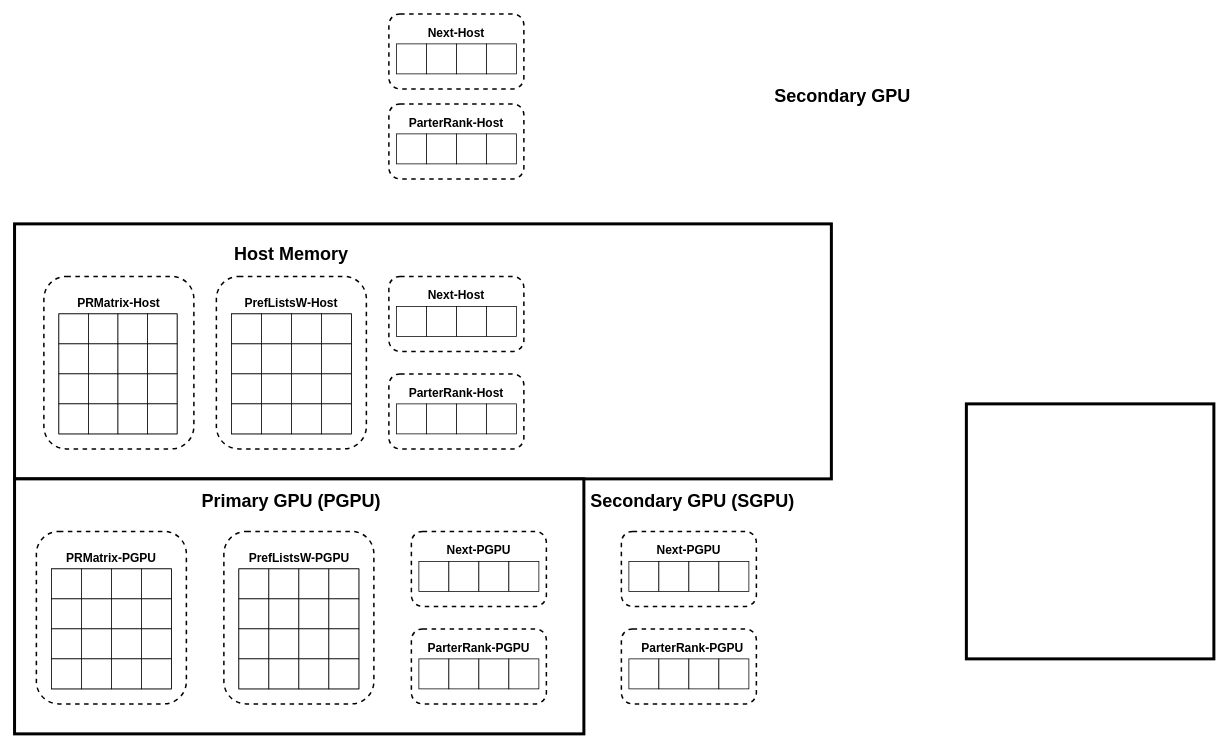
Before: DSInHybridSystem.drawio in victorliu-sq/BambooSMP-Figures, a draw.io diagram. Source tidied: cells renumbered, new cells numbered last; positions are measured from the earlier drawing's top-left corner, leaving out a move shared by most shapes. Both pictures are drawn from the tidied source at 75%, with x=0, y=0 at pixel (14, 14).
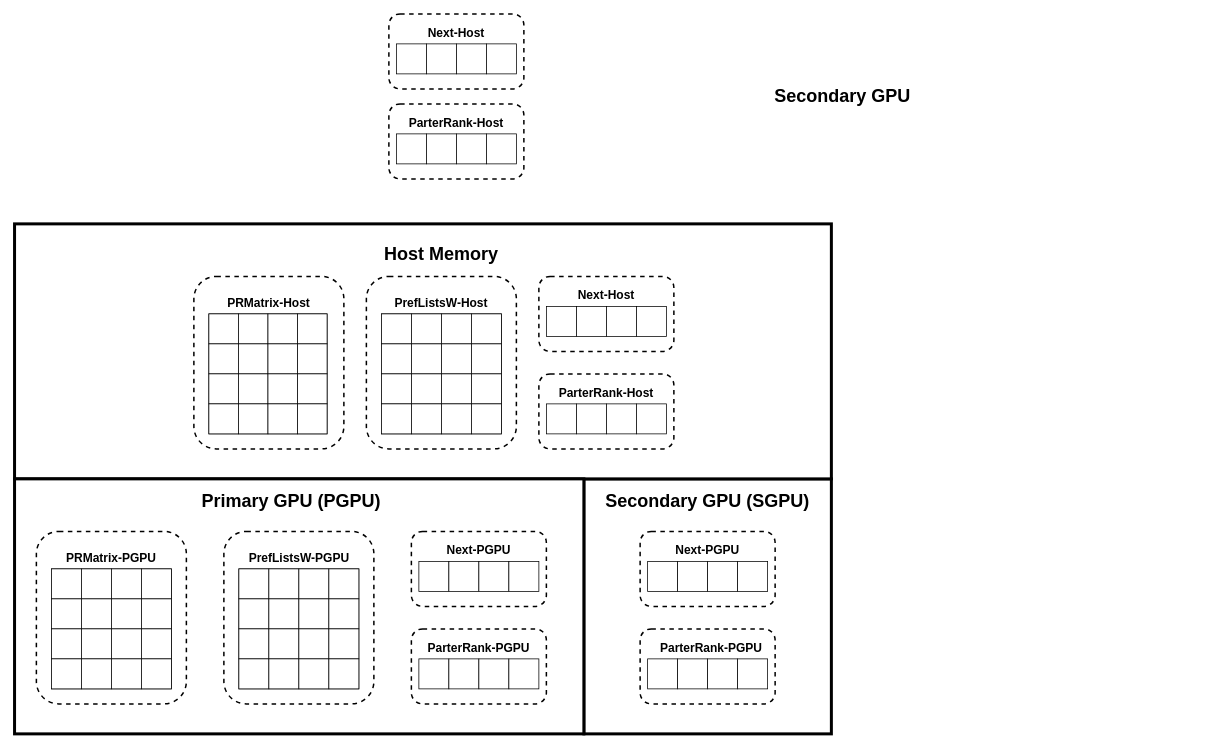
After the change.

The change refers to these unchanged cells:
```xml
<mxCell id="30" style="group;" parent="1" vertex="1">
  <mxGeometry x="59" y="400" width="660" height="240" as="geometry" />
</mxCell>
<mxCell id="94" style="group;" parent="1" vertex="1">
  <mxGeometry x="509" y="520" width="230" height="120" as="geometry" />
</mxCell>
```

What changed in the source:
```diff
@@
+    <mxCell id="148" style="rounded=0;whiteSpace=wrap;html=1;strokeWidth=4;" parent="1" vertex="1">
+      <mxGeometry x="759" y="620" width="330" height="340" as="geometry" />
+    </mxCell>
@@
-    <mxCell id="6" style="rounded=0;whiteSpace=wrap;html=1;strokeWidth=4;" parent="1" vertex="1">
-      <mxGeometry x="1269" y="520" width="330" height="340" as="geometry" />
-    </mxCell>
     <mxCell id="7" style="rounded=1;whiteSpace=wrap;html=1;fillColor=none;strokeWidth=2;dashed=1;" parent="1" vertex="1">
-      <mxGeometry x="39" y="350" width="200" height="230" as="geometry" />
+      <mxGeometry x="239" y="350" width="200" height="230" as="geometry" />
     </mxCell>
     <mxCell id="8" style="rounded=1;whiteSpace=wrap;html=1;fillColor=none;strokeWidth=2;dashed=1;" parent="1" vertex="1">
-      <mxGeometry x="269" y="350" width="200" height="230" as="geometry" />
+      <mxGeometry x="469" y="350" width="200" height="230" as="geometry" />
     </mxCell>
     <mxCell id="9" value="&lt;span style=&quot;font-size: 24px;&quot;&gt;&lt;b&gt;Host Memory&lt;/b&gt;&lt;/span&gt;" style="rounded=1;whiteSpace=wrap;html=1;strokeColor=none;fillColor=none;strokeWidth=3;" parent="1" vertex="1">
-      <mxGeometry x="289" y="300" width="160" height="40" as="geometry" />
+      <mxGeometry x="489" y="300" width="160" height="40" as="geometry" />
     </mxCell>
@@
     <mxCell id="12" style="group;" parent="1" vertex="1">
-      <mxGeometry x="289" y="400" width="160" height="160" as="geometry" />
+      <mxGeometry x="489" y="400" width="160" height="160" as="geometry" />
     </mxCell>
@@
     <mxCell id="31" style="rounded=0;whiteSpace=wrap;html=1;" parent="30" vertex="1">
-      <mxGeometry width="157.6" height="160" as="geometry" />
+      <mxGeometry x="200" width="157.6" height="160" as="geometry" />
     </mxCell>
     <mxCell id="32" style="rounded=0;whiteSpace=wrap;html=1;" parent="30" vertex="1">
-      <mxGeometry width="39.4" height="40" as="geometry" />
+      <mxGeometry x="200" width="39.4" height="40" as="geometry" />
     </mxCell>
     <mxCell id="33" style="rounded=0;whiteSpace=wrap;html=1;" parent="30" vertex="1">
-      <mxGeometry y="40" width="39.4" height="40" as="geometry" />
+      <mxGeometry x="200" y="40" width="39.4" height="40" as="geometry" />
     </mxCell>
     <mxCell id="34" style="rounded=0;whiteSpace=wrap;html=1;" parent="30" vertex="1">
-      <mxGeometry y="80" width="39.4" height="40" as="geometry" />
+      <mxGeometry x="200" y="80" width="39.4" height="40" as="geometry" />
     </mxCell>
     <mxCell id="35" style="rounded=0;whiteSpace=wrap;html=1;" parent="30" vertex="1">
-      <mxGeometry y="120" width="39.4" height="40" as="geometry" />
+      <mxGeometry x="200" y="120" width="39.4" height="40" as="geometry" />
     </mxCell>
     <mxCell id="36" style="rounded=0;whiteSpace=wrap;html=1;" parent="30" vertex="1">
-      <mxGeometry x="39.4" width="39.4" height="40" as="geometry" />
+      <mxGeometry x="239.4" width="39.4" height="40" as="geometry" />
     </mxCell>
     <mxCell id="37" style="rounded=0;whiteSpace=wrap;html=1;" parent="30" vertex="1">
-      <mxGeometry x="39.4" y="40" width="39.4" height="40" as="geometry" />
+      <mxGeometry x="239.4" y="40" width="39.4" height="40" as="geometry" />
     </mxCell>
     <mxCell id="38" style="rounded=0;whiteSpace=wrap;html=1;" parent="30" vertex="1">
-      <mxGeometry x="39.4" y="80" width="39.4" height="40" as="geometry" />
+      <mxGeometry x="239.4" y="80" width="39.4" height="40" as="geometry" />
     </mxCell>
     <mxCell id="39" style="rounded=0;whiteSpace=wrap;html=1;" parent="30" vertex="1">
-      <mxGeometry x="39.4" y="120" width="39.4" height="40" as="geometry" />
+      <mxGeometry x="239.4" y="120" width="39.4" height="40" as="geometry" />
     </mxCell>
     <mxCell id="40" style="rounded=0;whiteSpace=wrap;html=1;" parent="30" vertex="1">
-      <mxGeometry x="78.8" width="39.4" height="40" as="geometry" />
+      <mxGeometry x="278.8" width="39.4" height="40" as="geometry" />
     </mxCell>
     <mxCell id="41" style="rounded=0;whiteSpace=wrap;html=1;" parent="30" vertex="1">
-      <mxGeometry x="78.8" y="40" width="39.4" height="40" as="geometry" />
+      <mxGeometry x="278.8" y="40" width="39.4" height="40" as="geometry" />
     </mxCell>
     <mxCell id="42" style="rounded=0;whiteSpace=wrap;html=1;" parent="30" vertex="1">
-      <mxGeometry x="78.8" y="80" width="39.4" height="40" as="geometry" />
+      <mxGeometry x="278.8" y="80" width="39.4" height="40" as="geometry" />
     </mxCell>
     <mxCell id="43" style="rounded=0;whiteSpace=wrap;html=1;" parent="30" vertex="1">
-      <mxGeometry x="78.8" y="120" width="39.4" height="40" as="geometry" />
+      <mxGeometry x="278.8" y="120" width="39.4" height="40" as="geometry" />
     </mxCell>
     <mxCell id="44" style="rounded=0;whiteSpace=wrap;html=1;" parent="30" vertex="1">
-      <mxGeometry x="118.2" width="39.4" height="40" as="geometry" />
+      <mxGeometry x="318.2" width="39.4" height="40" as="geometry" />
     </mxCell>
     <mxCell id="45" style="rounded=0;whiteSpace=wrap;html=1;" parent="30" vertex="1">
-      <mxGeometry x="118.2" y="40" width="39.4" height="40" as="geometry" />
+      <mxGeometry x="318.2" y="40" width="39.4" height="40" as="geometry" />
     </mxCell>
     <mxCell id="46" style="rounded=0;whiteSpace=wrap;html=1;" parent="30" vertex="1">
-      <mxGeometry x="118.2" y="80" width="39.4" height="40" as="geometry" />
+      <mxGeometry x="318.2" y="80" width="39.4" height="40" as="geometry" />
     </mxCell>
     <mxCell id="47" style="rounded=0;whiteSpace=wrap;html=1;" parent="30" vertex="1">
-      <mxGeometry x="118.2" y="120" width="39.4" height="40" as="geometry" />
+      <mxGeometry x="318.2" y="120" width="39.4" height="40" as="geometry" />
     </mxCell>
@@
     <mxCell id="53" value="&lt;p&gt;&lt;b&gt;&lt;font style=&quot;font-size: 16px;&quot;&gt;PRMatrix-Host&lt;/font&gt;&lt;/b&gt;&lt;/p&gt;" style="text;html=1;align=center;verticalAlign=middle;whiteSpace=wrap;rounded=0;" parent="1" vertex="1">
-      <mxGeometry x="69" y="370" width="140" height="30" as="geometry" />
+      <mxGeometry x="269" y="370" width="140" height="30" as="geometry" />
     </mxCell>
     <mxCell id="54" value="&lt;p&gt;&lt;b&gt;&lt;font style=&quot;font-size: 16px;&quot;&gt;PrefListsW-Host&lt;/font&gt;&lt;/b&gt;&lt;/p&gt;" style="text;html=1;align=center;verticalAlign=middle;whiteSpace=wrap;rounded=0;" parent="1" vertex="1">
-      <mxGeometry x="304" y="370" width="130" height="30" as="geometry" />
+      <mxGeometry x="504" y="370" width="130" height="30" as="geometry" />
     </mxCell>
@@
     <mxCell id="86" style="group;" parent="1" vertex="1">
-      <mxGeometry x="509" y="390" width="160" height="80" as="geometry" />
+      <mxGeometry x="709" y="390" width="160" height="80" as="geometry" />
     </mxCell>
@@
     <mxCell id="91" value="&lt;p&gt;&lt;b&gt;&lt;font style=&quot;font-size: 16px;&quot;&gt;Next-Host&lt;/font&gt;&lt;/b&gt;&lt;/p&gt;" style="text;html=1;align=center;verticalAlign=middle;whiteSpace=wrap;rounded=0;" parent="1" vertex="1">
-      <mxGeometry x="539" y="360" width="100" height="30" as="geometry" />
+      <mxGeometry x="739" y="360" width="100" height="30" as="geometry" />
     </mxCell>
     <mxCell id="92" style="rounded=1;whiteSpace=wrap;html=1;fillColor=none;strokeWidth=2;dashed=1;" parent="1" vertex="1">
-      <mxGeometry x="499" y="350" width="180" height="100" as="geometry" />
+      <mxGeometry x="699" y="350" width="180" height="100" as="geometry" />
     </mxCell>
     <mxCell id="93" style="rounded=1;whiteSpace=wrap;html=1;fillColor=none;strokeWidth=2;dashed=1;" parent="1" vertex="1">
-      <mxGeometry x="499" y="480" width="180" height="100" as="geometry" />
+      <mxGeometry x="699" y="480" width="180" height="100" as="geometry" />
     </mxCell>
@@
     <mxCell id="95" style="rounded=0;whiteSpace=wrap;html=1;" parent="94" vertex="1">
-      <mxGeometry width="40" height="40" as="geometry" />
+      <mxGeometry x="200" width="40" height="40" as="geometry" />
     </mxCell>
     <mxCell id="96" style="rounded=0;whiteSpace=wrap;html=1;" parent="94" vertex="1">
-      <mxGeometry x="40" width="40" height="40" as="geometry" />
+      <mxGeometry x="240" width="40" height="40" as="geometry" />
     </mxCell>
     <mxCell id="97" style="rounded=0;whiteSpace=wrap;html=1;" parent="94" vertex="1">
-      <mxGeometry x="80" width="40" height="40" as="geometry" />
+      <mxGeometry x="280" width="40" height="40" as="geometry" />
     </mxCell>
     <mxCell id="98" style="rounded=0;whiteSpace=wrap;html=1;" parent="94" vertex="1">
-      <mxGeometry x="120" width="40" height="40" as="geometry" />
+      <mxGeometry x="320" width="40" height="40" as="geometry" />
     </mxCell>
     <mxCell id="99" value="&lt;p&gt;&lt;b&gt;&lt;font style=&quot;font-size: 16px;&quot;&gt;ParterRank-Host&lt;/font&gt;&lt;/b&gt;&lt;/p&gt;" style="text;html=1;align=center;verticalAlign=middle;whiteSpace=wrap;rounded=0;" parent="1" vertex="1">
-      <mxGeometry x="519" y="490" width="140" height="30" as="geometry" />
+      <mxGeometry x="719" y="490" width="140" height="30" as="geometry" />
     </mxCell>
@@
     <mxCell id="132" style="rounded=1;whiteSpace=wrap;html=1;fillColor=none;strokeWidth=2;dashed=1;" parent="1" vertex="1">
-      <mxGeometry x="809" y="820" width="180" height="100" as="geometry" />
+      <mxGeometry x="834" y="820" width="180" height="100" as="geometry" />
     </mxCell>
     <mxCell id="133" style="rounded=1;whiteSpace=wrap;html=1;fillColor=none;strokeWidth=2;dashed=1;" parent="1" vertex="1">
-      <mxGeometry x="809" y="690" width="180" height="100" as="geometry" />
+      <mxGeometry x="834" y="690" width="180" height="100" as="geometry" />
     </mxCell>
     <mxCell id="134" value="&lt;p&gt;&lt;b&gt;&lt;font style=&quot;font-size: 16px;&quot;&gt;Next-PGPU&lt;/font&gt;&lt;/b&gt;&lt;/p&gt;" style="text;html=1;align=center;verticalAlign=middle;whiteSpace=wrap;rounded=0;" parent="1" vertex="1">
-      <mxGeometry x="849" y="700" width="100" height="30" as="geometry" />
+      <mxGeometry x="874" y="700" width="100" height="30" as="geometry" />
     </mxCell>
     <mxCell id="135" value="&lt;p&gt;&lt;b&gt;&lt;font style=&quot;font-size: 16px;&quot;&gt;ParterRank-PGPU&lt;/font&gt;&lt;/b&gt;&lt;/p&gt;" style="text;html=1;align=center;verticalAlign=middle;whiteSpace=wrap;rounded=0;" parent="1" vertex="1">
-      <mxGeometry x="834" y="830" width="140" height="30" as="geometry" />
+      <mxGeometry x="859" y="830" width="140" height="30" as="geometry" />
     </mxCell>
     <mxCell id="136" value="&lt;span style=&quot;font-size: 24px;&quot;&gt;&lt;b&gt;Secondary GPU (SGPU)&lt;/b&gt;&lt;/span&gt;" style="rounded=1;whiteSpace=wrap;html=1;strokeColor=none;fillColor=none;" parent="1" vertex="1">
-      <mxGeometry x="744" y="630" width="320" height="40" as="geometry" />
+      <mxGeometry x="784" y="630" width="280" height="40" as="geometry" />
     </mxCell>
     <mxCell id="137" style="group;" parent="1" vertex="1">
-      <mxGeometry x="819" y="860" width="160" height="40" as="geometry" />
+      <mxGeometry x="844" y="860" width="160" height="40" as="geometry" />
     </mxCell>
@@
     <mxCell id="142" style="group;" parent="1" vertex="1">
-      <mxGeometry x="819" y="730" width="160" height="80" as="geometry" />
+      <mxGeometry x="844" y="730" width="160" height="80" as="geometry" />
     </mxCell>
```
